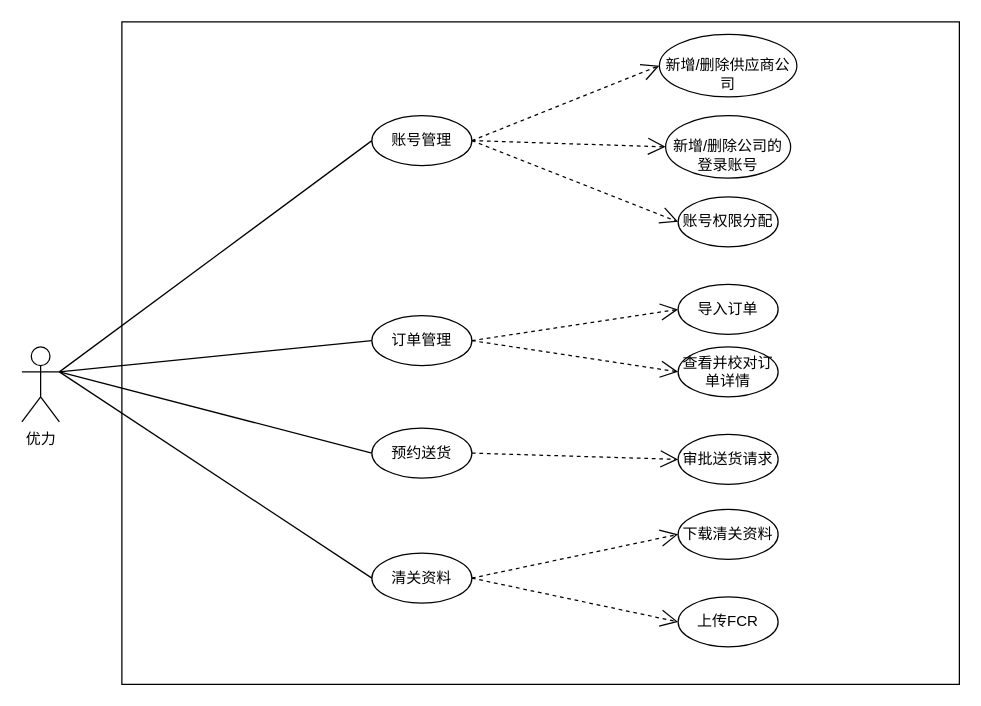
Earlier version of the draw.io diagram page "优力用例图" (8 of 28) of wbooking docs/进区预约系统.drawio (sxc-one/e-conitl). Source tidied: cells renumbered, new cells numbered last; positions are measured from the earlier drawing's top-left corner, leaving out a move shared by most shapes. Both pictures are drawn from the tidied source at 125%, with x=0, y=0 at pixel (21, 21).
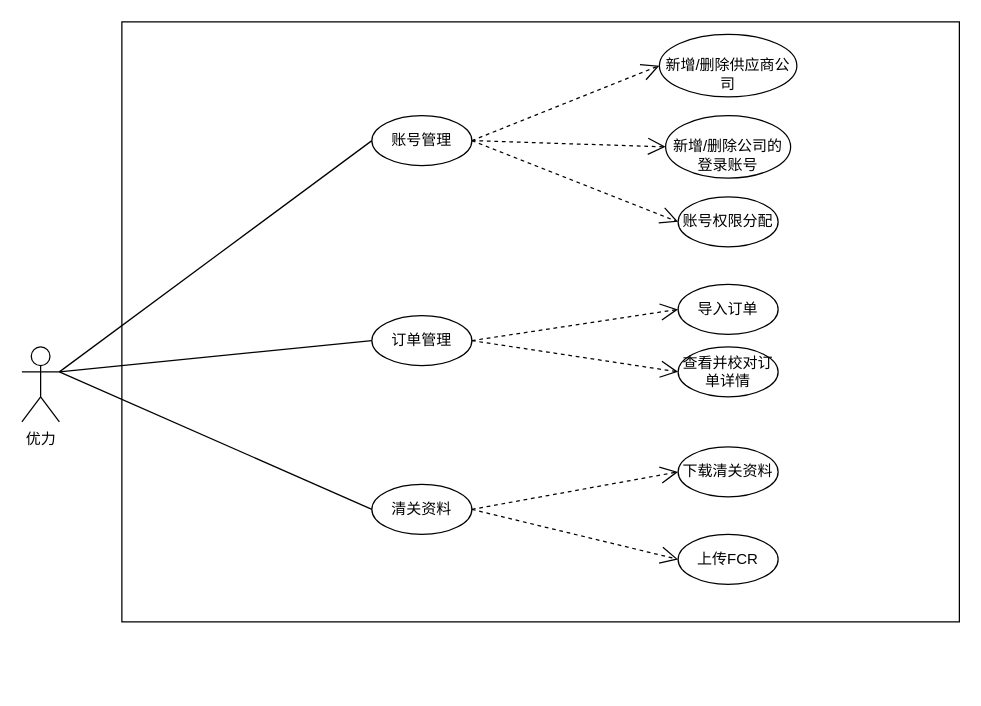
The same page after the edit.

The change refers to these unchanged cells:
```xml
<mxCell id="3" value="优力" style="shape=umlActor;verticalLabelPosition=bottom;verticalAlign=top;html=1;" parent="1" vertex="1">
  <mxGeometry y="260" width="30" height="60" as="geometry" />
</mxCell>
```

Change to the diagram source:
```diff
@@
     <mxCell id="2" style="html=1;" parent="1" vertex="1">
-      <mxGeometry x="80" width="670" height="530" as="geometry" />
+      <mxGeometry x="80" width="670" height="480" as="geometry" />
     </mxCell>
@@
-    <mxCell id="4" value="预约送货" style="ellipse;whiteSpace=wrap;html=1;" parent="1" vertex="1">
-      <mxGeometry x="280" y="325" width="80" height="40" as="geometry" />
-    </mxCell>
@@
     <mxCell id="7" value="清关资料" style="ellipse;whiteSpace=wrap;html=1;" parent="1" vertex="1">
-      <mxGeometry x="280" y="425" width="80" height="40" as="geometry" />
+      <mxGeometry x="280" y="370" width="80" height="40" as="geometry" />
     </mxCell>
@@
-    <mxCell id="13" value="审批送货请求" style="ellipse;whiteSpace=wrap;html=1;" parent="1" vertex="1">
-      <mxGeometry x="525" y="330" width="80" height="40" as="geometry" />
-    </mxCell>
     <mxCell id="14" value="下载清关资料" style="ellipse;whiteSpace=wrap;html=1;" parent="1" vertex="1">
-      <mxGeometry x="525" y="390" width="80" height="40" as="geometry" />
+      <mxGeometry x="525" y="340" width="80" height="40" as="geometry" />
     </mxCell>
     <mxCell id="15" value="上传FCR" style="ellipse;whiteSpace=wrap;html=1;" parent="1" vertex="1">
-      <mxGeometry x="525" y="460" width="80" height="40" as="geometry" />
+      <mxGeometry x="525" y="410" width="80" height="40" as="geometry" />
     </mxCell>
@@
-    <mxCell id="18" style="endArrow=none;html=1;rounded=0;elbow=vertical;entryX=0;entryY=0.5;entryDx=0;entryDy=0;exitX=1;exitY=0.3333333333333333;exitDx=0;exitDy=0;exitPerimeter=0;" parent="1" edge="1" source="3" target="4">
-      <mxGeometry relative="1" as="geometry" />
-    </mxCell>
@@
-    <mxCell id="25" style="endArrow=open;endSize=12;dashed=1;html=1;rounded=0;elbow=vertical;entryX=0;entryY=0.5;entryDx=0;entryDy=0;exitX=1;exitY=0.5;exitDx=0;exitDy=0;" parent="1" edge="1" source="4" target="13">
-      <mxGeometry relative="1" as="geometry" />
-    </mxCell>
```
